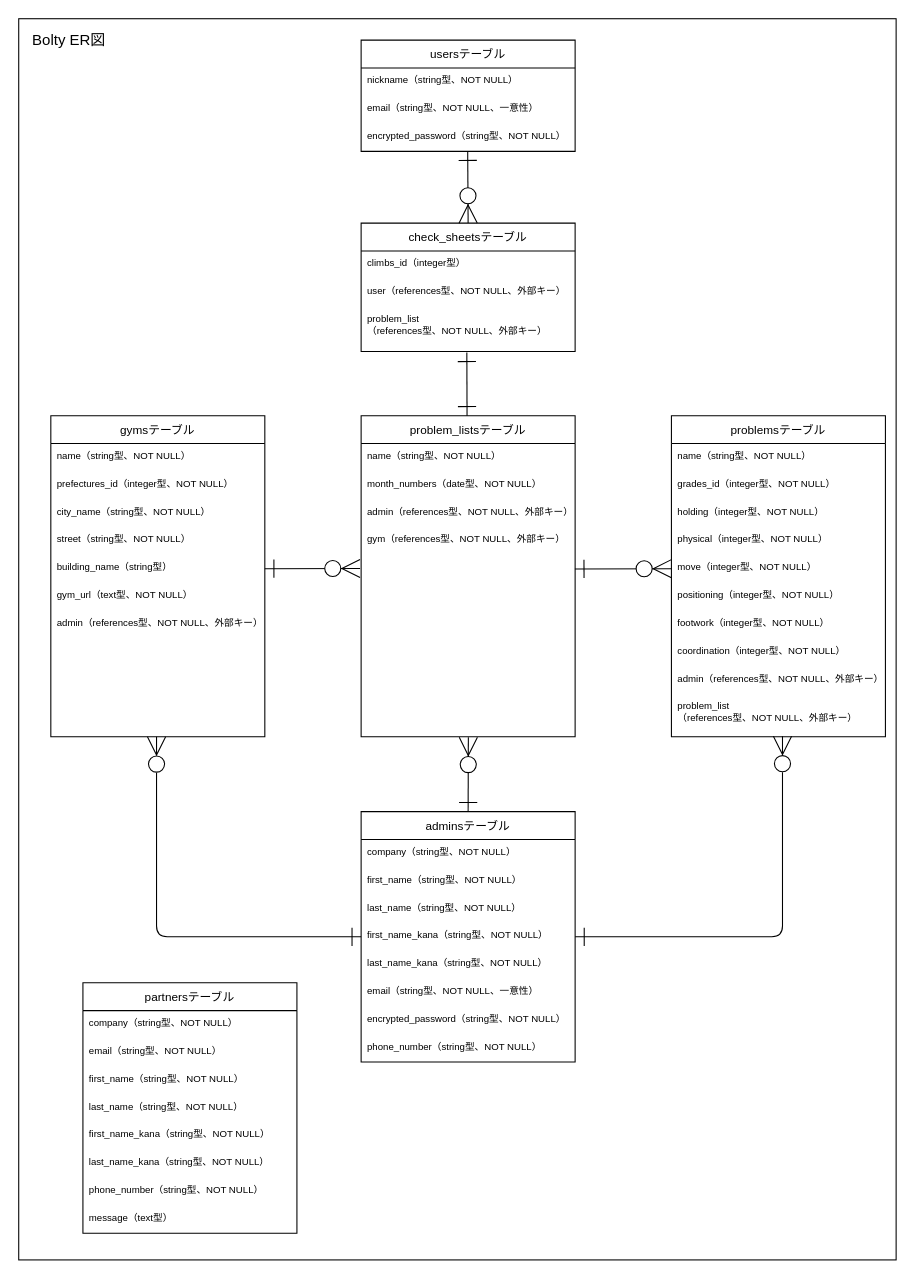
kazukiwada01/bolty keeps this draw.io diagram as ER.drawio. Above is the earlier version. Source tidied: cells renumbered, new cells numbered last; positions are measured from the earlier drawing's top-left corner, leaving out a move shared by most shapes. Both pictures are drawn from the tidied source at 107%, with x=0, y=0 at pixel (18, 18).
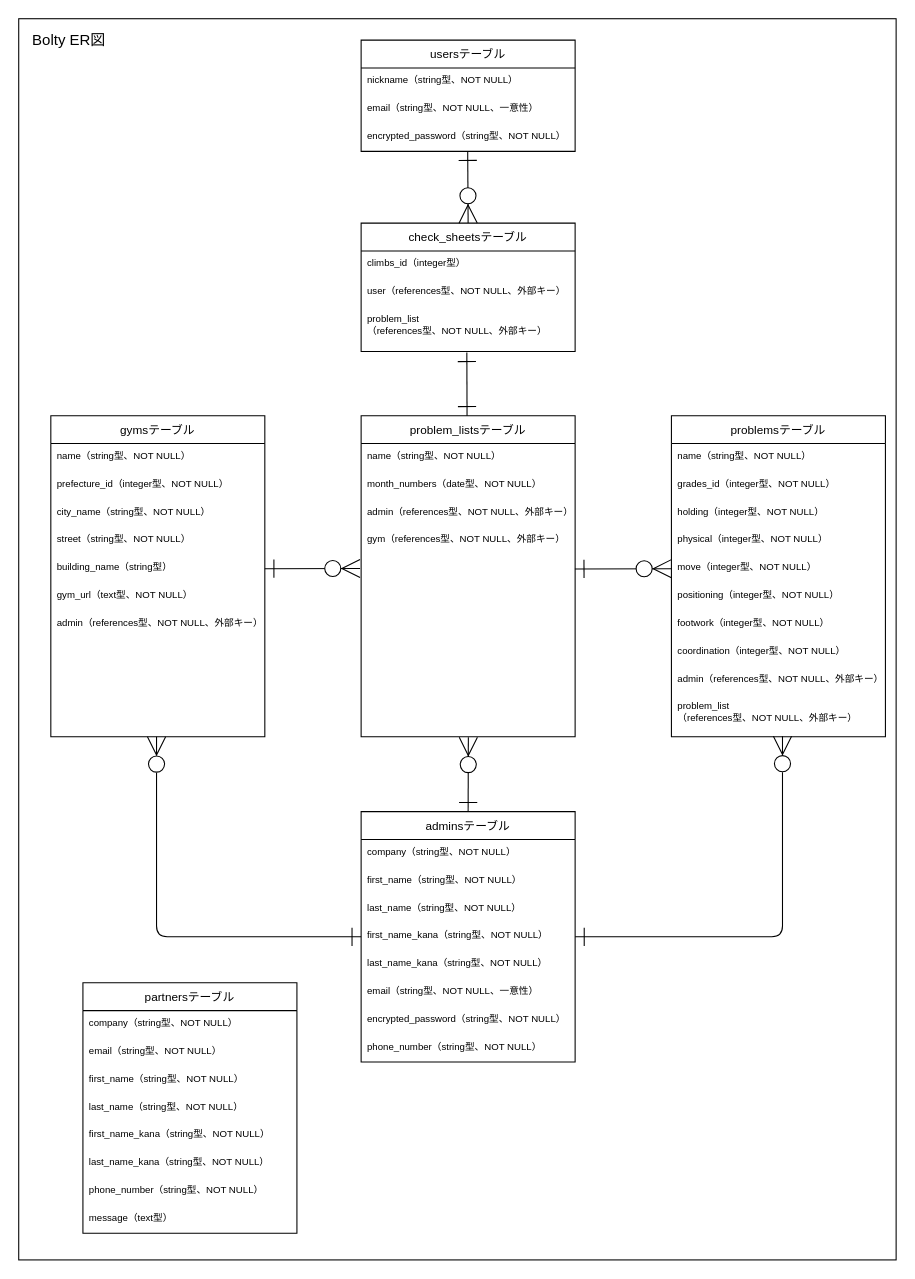
The same page after the edit.

Unchanged cells that the change refers to:
```xml
<mxCell id="37" value="gymsテーブル" style="swimlane;fontStyle=0;horizontal=1;startSize=26;fontSize=11;fillColor=#FFFFFF;fontColor=#000000;strokeColor=#000000;" parent="1" vertex="1">
  <mxGeometry x="30" y="371" width="200" height="300" as="geometry" />
</mxCell>
```

What changed in the source:
```diff
@@
-    <mxCell id="39" value="prefectures_id（integer型、NOT NULL）" style="text;strokeColor=none;fillColor=none;align=left;verticalAlign=top;spacingLeft=4;spacingRight=4;overflow=hidden;fontColor=#000000;fontSize=9;" parent="37" vertex="1">
+    <mxCell id="39" value="prefecture_id（integer型、NOT NULL）" style="text;strokeColor=none;fillColor=none;align=left;verticalAlign=top;spacingLeft=4;spacingRight=4;overflow=hidden;fontColor=#000000;fontSize=9;" parent="37" vertex="1">
       <mxGeometry y="52" width="200" height="26" as="geometry" />
     </mxCell>
```
